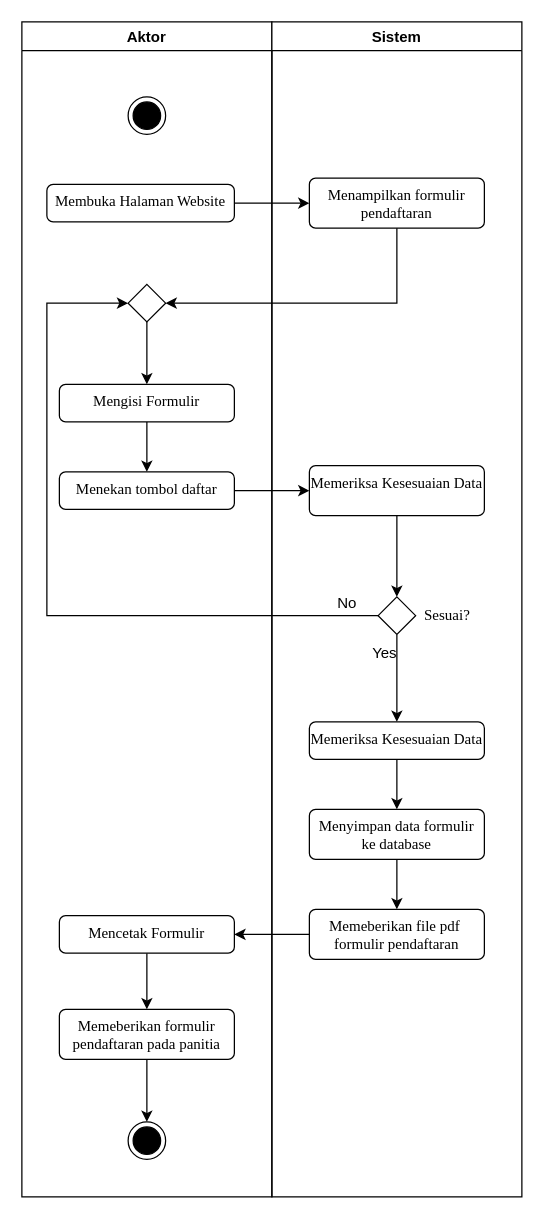
Above: Aktivity Diagram.drawio in XxGembelxX/Rancangan_KP (draw.io), before the change. Source tidied: cells renumbered, new cells numbered last; positions are measured from the earlier drawing's top-left corner, leaving out a move shared by most shapes. Both pictures are drawn from the tidied source at 125%, with x=0, y=0 at pixel (21, 21).
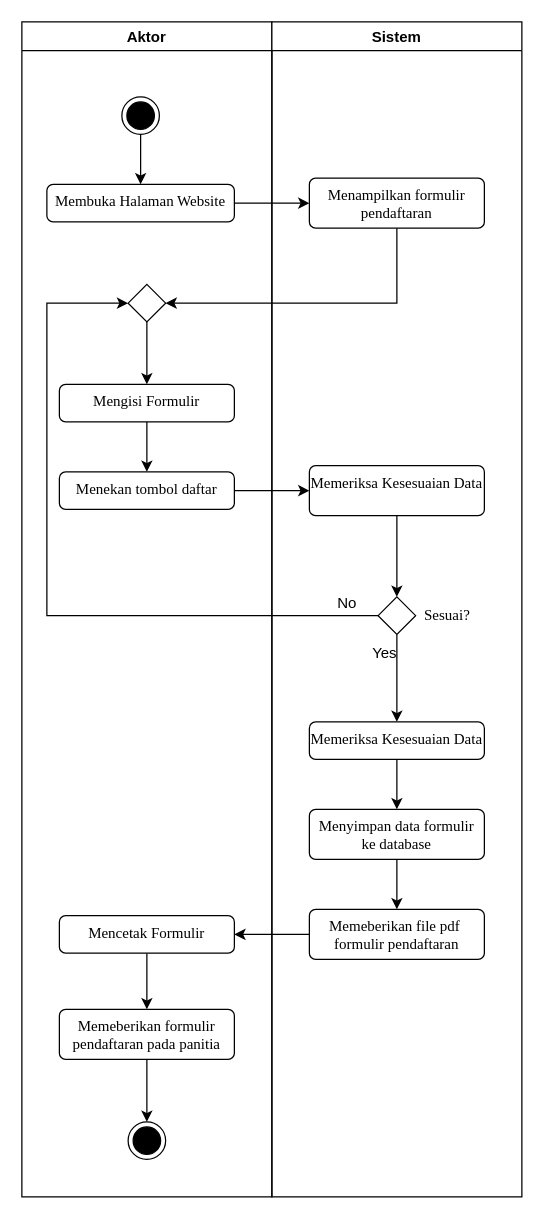
Above is the later version.

The change refers to these unchanged cells:
```xml
<mxCell id="2" value="Aktor" style="swimlane;" parent="1" vertex="1">
  <mxGeometry width="200" height="940" as="geometry" />
</mxCell>
<mxCell id="4" value="&lt;font face=&quot;Times New Roman&quot;&gt;Membuka Halaman Website&lt;/font&gt;" style="html=1;align=center;verticalAlign=top;rounded=1;absoluteArcSize=1;arcSize=10;dashed=0;whiteSpace=wrap;" parent="2" vertex="1">
  <mxGeometry x="20" y="130" width="150" height="30" as="geometry" />
</mxCell>
```

Diff of the diagram source:
```diff
@@
+    <mxCell id="34" style="edgeStyle=orthogonalEdgeStyle;rounded=0;jettySize=auto;html=1;entryX=0.5;entryY=0;entryDx=0;entryDy=0;" parent="2" edge="1" source="3" target="4">
+      <mxGeometry relative="1" as="geometry" />
+    </mxCell>
     <mxCell id="3" style="ellipse;html=1;shape=endState;fillColor=strokeColor;" parent="2" vertex="1">
-      <mxGeometry x="85" y="60" width="30" height="30" as="geometry" />
+      <mxGeometry x="80" y="60" width="30" height="30" as="geometry" />
     </mxCell>
```
